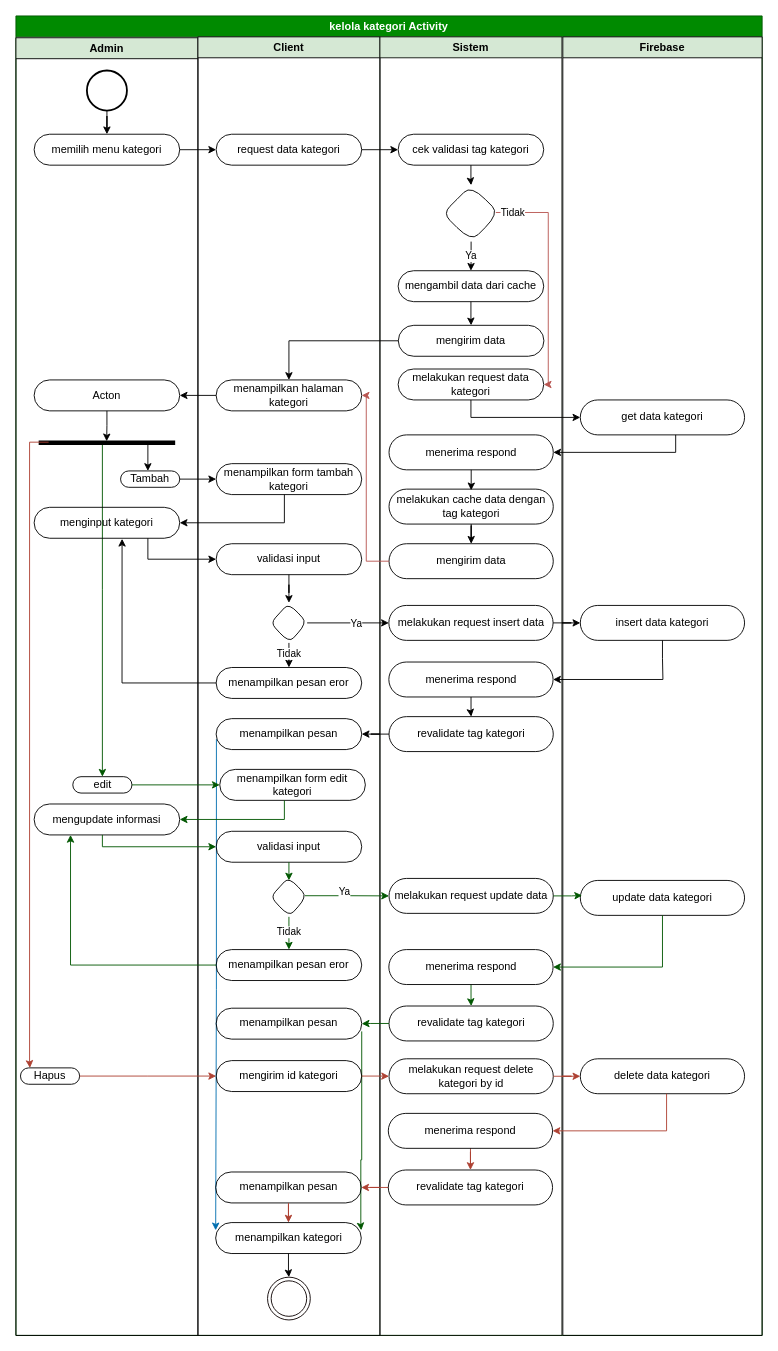
Earlier version of the draw.io diagram page "activity tambah kategori" (16 of 31) of skrpsian.drawio (ThikerXCX/umltoko). Source tidied: cells renumbered, new cells numbered last; positions are measured from the earlier drawing's top-left corner, leaving out a move shared by most shapes. Both pictures are drawn from the tidied source at 91%, with x=0, y=0 at pixel (15, 15).
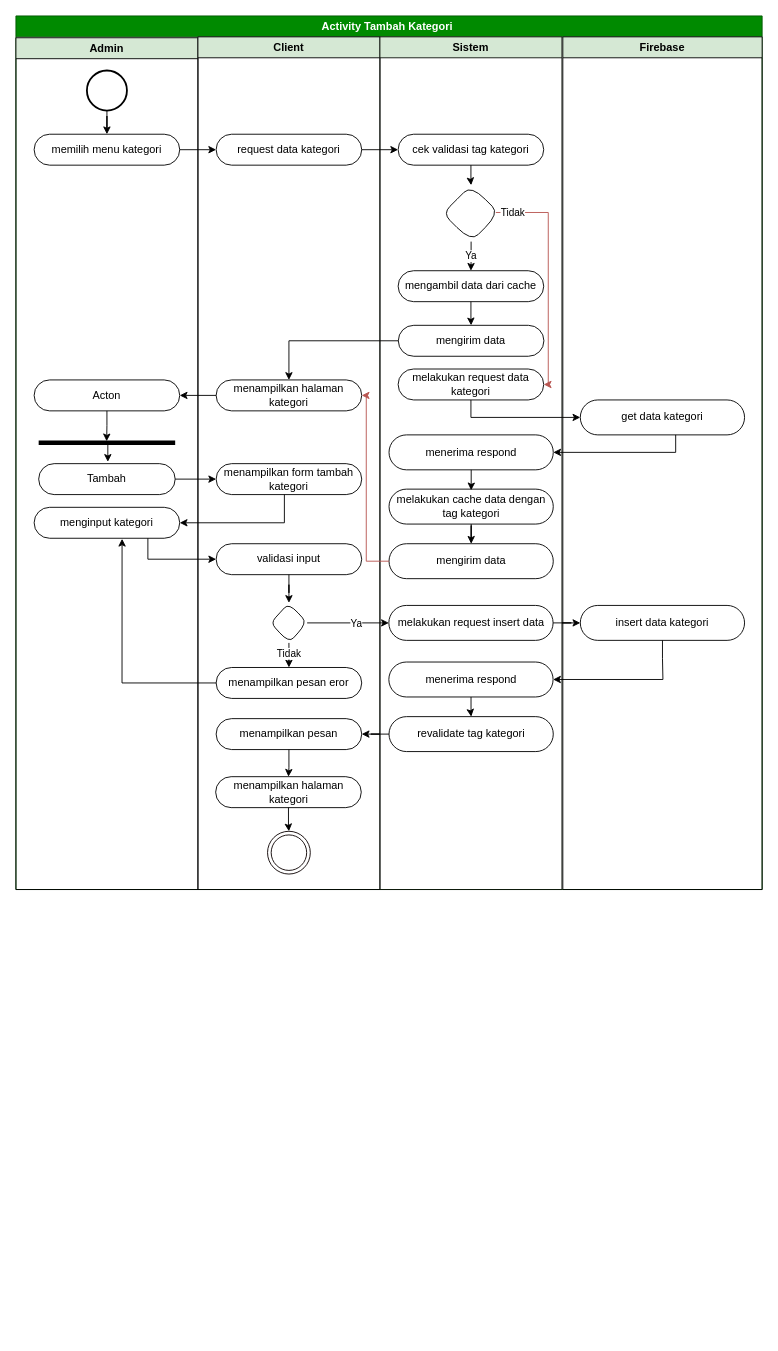
The same page after the edit.

The change refers to these unchanged cells:
```xml
<mxCell id="10" style="line;strokeWidth=5;fillColor=none;align=left;verticalAlign=middle;spacingTop=-1;spacingLeft=3;spacingRight=3;labelPosition=right;points=[];portConstraint=eastwest;strokeColor=inherit;fontSize=13;" parent="3" vertex="1">
  <mxGeometry x="25" y="436" width="150" height="18" as="geometry" />
</mxCell>
<mxCell id="40" value="menampilkan pesan" style="rounded=1;whiteSpace=wrap;html=1;arcSize=50;fillColor=none;" parent="18" vertex="1">
  <mxGeometry x="20" y="749.2" width="160" height="34" as="geometry" />
</mxCell>
```

Change to the diagram source:
```diff
@@
-    <mxCell id="2" value="kelola kategori Activity" style="swimlane;whiteSpace=wrap;html=1;fillColor=#008a00;strokeColor=#005700;fontColor=#ffffff;" parent="1" vertex="1">
-      <mxGeometry width="820" height="1450" as="geometry" />
+    <mxCell id="2" value="Activity Tambah Kategori&amp;nbsp;" style="swimlane;whiteSpace=wrap;html=1;fillColor=#008a00;strokeColor=#005700;fontColor=#ffffff;" parent="1" vertex="1">
+      <mxGeometry width="820" height="960" as="geometry" />
     </mxCell>
     <mxCell id="3" value="Admin" style="swimlane;whiteSpace=wrap;html=1;fillColor=#d5e8d4;strokeColor=#000000;" parent="2" vertex="1">
-      <mxGeometry y="24" width="200" height="1426" as="geometry" />
+      <mxGeometry y="24" width="200" height="936" as="geometry" />
     </mxCell>
-    <mxCell id="4" style="edgeStyle=orthogonalEdgeStyle;rounded=0;jettySize=auto;html=1;exitX=0.071;exitY=0.504;exitDx=0;exitDy=0;exitPerimeter=0;entryX=0.5;entryY=0;entryDx=0;entryDy=0;fillColor=#008a00;strokeColor=#005700;" parent="3" edge="1" target="14">
-      <mxGeometry relative="1" as="geometry">
-        <mxPoint x="35.7" y="445.2" as="sourcePoint" />
-        <Array as="points">
-          <mxPoint x="95" y="445" />
-          <mxPoint x="95" y="606" />
-        </Array>
-      </mxGeometry>
-    </mxCell>
@@
     <mxCell id="11" value="Tambah" style="rounded=1;whiteSpace=wrap;html=1;arcSize=50;fillColor=none;" parent="3" vertex="1">
-      <mxGeometry x="115" y="476" width="65" height="18" as="geometry" />
+      <mxGeometry x="25" y="468" width="150" height="34" as="geometry" />
     </mxCell>
-    <mxCell id="12" style="edgeStyle=orthogonalEdgeStyle;rounded=0;jettySize=auto;html=1;exitX=0.797;exitY=0.521;exitDx=0;exitDy=0;exitPerimeter=0;" parent="3" edge="1" source="10">
+    <mxCell id="12" style="edgeStyle=orthogonalEdgeStyle;rounded=0;orthogonalLoop=1;jettySize=auto;html=1;exitX=0.797;exitY=0.521;exitDx=0;exitDy=0;exitPerimeter=0;" parent="3" edge="1">
       <mxGeometry relative="1" as="geometry">
-        <mxPoint x="145" y="476" as="targetPoint" />
+        <mxPoint x="100.6" y="445.4" as="sourcePoint" />
+        <mxPoint x="101" y="466" as="targetPoint" />
         <Array as="points">
-          <mxPoint x="145" y="476" />
+          <mxPoint x="101" y="466" />
+          <mxPoint x="101" y="466" />
         </Array>
       </mxGeometry>
     </mxCell>
@@
-    <mxCell id="14" value="edit" style="rounded=1;whiteSpace=wrap;html=1;arcSize=50;fillColor=none;" parent="3" vertex="1">
-      <mxGeometry x="62.5" y="812" width="65" height="18" as="geometry" />
-    </mxCell>
-    <mxCell id="15" value="mengupdate informasi" style="rounded=1;whiteSpace=wrap;html=1;arcSize=50;fillColor=none;" parent="3" vertex="1">
-      <mxGeometry x="20" y="842" width="160" height="34" as="geometry" />
-    </mxCell>
-    <mxCell id="16" value="Hapus" style="rounded=1;whiteSpace=wrap;html=1;arcSize=50;fillColor=none;" parent="3" vertex="1">
-      <mxGeometry x="5" y="1132" width="65" height="18" as="geometry" />
-    </mxCell>
-    <mxCell id="17" style="edgeStyle=orthogonalEdgeStyle;rounded=0;jettySize=auto;html=1;entryX=0.16;entryY=0.003;entryDx=0;entryDy=0;exitX=0.073;exitY=0.468;exitDx=0;exitDy=0;exitPerimeter=0;fillColor=#fad9d5;strokeColor=#ae4132;entryPerimeter=0;" parent="3" edge="1" source="10" target="16">
-      <mxGeometry relative="1" as="geometry">
-        <Array as="points">
-          <mxPoint x="15" y="444" />
-          <mxPoint x="15" y="1126" />
-          <mxPoint x="15" y="1126" />
-        </Array>
-      </mxGeometry>
-    </mxCell>
     <mxCell id="18" value="Client" style="swimlane;whiteSpace=wrap;html=1;fillColor=#d5e8d4;startSize=23;strokeColor=#000000;" parent="2" vertex="1">
-      <mxGeometry x="200" y="23" width="200" height="1427" as="geometry" />
+      <mxGeometry x="200" y="23" width="200" height="937" as="geometry" />
     </mxCell>
-    <mxCell id="19" style="edgeStyle=orthogonalEdgeStyle;rounded=0;jettySize=auto;html=1;entryX=1;entryY=0.25;entryDx=0;entryDy=0;fillColor=#008a00;strokeColor=#005700;exitX=1;exitY=0.75;exitDx=0;exitDy=0;" parent="18" edge="1" source="48" target="51">
-      <mxGeometry relative="1" as="geometry">
-        <Array as="points">
-          <mxPoint x="180" y="1234" />
-          <mxPoint x="179" y="1234" />
-          <mxPoint x="179" y="1307" />
-          <mxPoint x="180" y="1307" />
-        </Array>
-      </mxGeometry>
-    </mxCell>
@@
-    <mxCell id="39" style="edgeStyle=orthogonalEdgeStyle;rounded=0;jettySize=auto;html=1;exitX=0.002;exitY=0.664;exitDx=0;exitDy=0;exitPerimeter=0;fillColor=#1ba1e2;strokeColor=#006EAF;entryX=0;entryY=0.25;entryDx=0;entryDy=0;" parent="18" edge="1" source="40" target="51">
-      <mxGeometry relative="1" as="geometry">
-        <Array as="points">
-          <mxPoint x="20" y="1047" />
-          <mxPoint x="20" y="1047" />
-        </Array>
-      </mxGeometry>
+    <mxCell id="39" style="edgeStyle=orthogonalEdgeStyle;rounded=0;jettySize=auto;html=1;entryX=0.5;entryY=0;entryDx=0;entryDy=0;" parent="18" edge="1" source="40" target="51">
+      <mxGeometry relative="1" as="geometry" />
     </mxCell>
@@
-    <mxCell id="41" value="menampilkan form edit kategori" style="rounded=1;whiteSpace=wrap;html=1;arcSize=50;fillColor=none;" parent="18" vertex="1">
-      <mxGeometry x="24" y="805" width="160" height="34" as="geometry" />
-    </mxCell>
-    <mxCell id="42" value="validasi input" style="rounded=1;whiteSpace=wrap;html=1;arcSize=50;fillColor=none;" parent="18" vertex="1">
-      <mxGeometry x="20" y="873" width="160" height="34" as="geometry" />
-    </mxCell>
-    <mxCell id="43" style="edgeStyle=orthogonalEdgeStyle;rounded=0;jettySize=auto;html=1;entryX=0.5;entryY=0;entryDx=0;entryDy=0;fillColor=#008a00;strokeColor=#005700;" parent="18" edge="1" source="45" target="47">
-      <mxGeometry relative="1" as="geometry" />
-    </mxCell>
-    <mxCell id="44" value="Tidak" style="edgeLabel;html=1;align=center;verticalAlign=middle;" parent="43" vertex="1">
-      <mxGeometry x="-0.28" y="-1" relative="1" as="geometry" />
-    </mxCell>
-    <mxCell id="45" style="rhombus;whiteSpace=wrap;html=1;fillColor=none;rounded=1;arcSize=50;" parent="18" vertex="1">
-      <mxGeometry x="80" y="923" width="40" height="44" as="geometry" />
-    </mxCell>
-    <mxCell id="46" style="edgeStyle=orthogonalEdgeStyle;rounded=0;jettySize=auto;html=1;entryX=0.485;entryY=0.079;entryDx=0;entryDy=0;entryPerimeter=0;fillColor=#008a00;strokeColor=#005700;" parent="18" edge="1" source="42" target="45">
-      <mxGeometry relative="1" as="geometry" />
-    </mxCell>
-    <mxCell id="47" value="menampilkan pesan eror" style="rounded=1;whiteSpace=wrap;html=1;arcSize=50;fillColor=none;" parent="18" vertex="1">
-      <mxGeometry x="20" y="1003" width="160" height="34" as="geometry" />
-    </mxCell>
-    <mxCell id="48" value="menampilkan pesan" style="rounded=1;whiteSpace=wrap;html=1;arcSize=50;fillColor=none;" parent="18" vertex="1">
-      <mxGeometry x="20" y="1067.4" width="160" height="34" as="geometry" />
-    </mxCell>
-    <mxCell id="49" value="mengirim id kategori" style="rounded=1;whiteSpace=wrap;html=1;arcSize=50;fillColor=none;" parent="18" vertex="1">
-      <mxGeometry x="20" y="1125" width="160" height="34" as="geometry" />
-    </mxCell>
@@
-    <mxCell id="51" value="menampilkan kategori" style="rounded=1;whiteSpace=wrap;html=1;arcSize=50;fillColor=none;" parent="18" vertex="1">
-      <mxGeometry x="19.5" y="1303" width="160" height="34" as="geometry" />
+    <mxCell id="51" value="menampilkan halaman kategori" style="rounded=1;whiteSpace=wrap;html=1;arcSize=50;fillColor=none;" parent="18" vertex="1">
+      <mxGeometry x="19.5" y="813" width="160" height="34" as="geometry" />
     </mxCell>
     <mxCell id="52" style="ellipse;html=1;shape=endState;fillColor=none;strokeColor=#0A0000;" parent="18" vertex="1">
-      <mxGeometry x="76.5" y="1363" width="47" height="47" as="geometry" />
+      <mxGeometry x="76.5" y="873" width="47" height="47" as="geometry" />
     </mxCell>
     <mxCell id="53" value="Sistem" style="swimlane;whiteSpace=wrap;html=1;fillColor=#d5e8d4;startSize=23;strokeColor=#0D120A;" parent="2" vertex="1">
-      <mxGeometry x="400" y="23" width="200" height="1427" as="geometry" />
+      <mxGeometry x="400" y="23" width="200" height="937" as="geometry" />
     </mxCell>
@@
-    <mxCell id="74" value="melakukan request update data" style="rounded=1;whiteSpace=wrap;html=1;arcSize=50;fillColor=none;" parent="53" vertex="1">
-      <mxGeometry x="10" y="924.8" width="180.5" height="38.4" as="geometry" />
-    </mxCell>
-    <mxCell id="75" style="edgeStyle=orthogonalEdgeStyle;rounded=0;jettySize=auto;html=1;fillColor=#008a00;strokeColor=#005700;" parent="53" edge="1" source="76" target="77">
-      <mxGeometry relative="1" as="geometry" />
-    </mxCell>
-    <mxCell id="76" value="menerima respond" style="rounded=1;whiteSpace=wrap;html=1;arcSize=50;fillColor=none;" parent="53" vertex="1">
-      <mxGeometry x="9.8" y="1003" width="180.5" height="38.4" as="geometry" />
-    </mxCell>
-    <mxCell id="77" value="revalidate tag kategori" style="rounded=1;whiteSpace=wrap;html=1;arcSize=50;fillColor=none;" parent="53" vertex="1">
-      <mxGeometry x="10" y="1065" width="180.5" height="38.4" as="geometry" />
-    </mxCell>
-    <mxCell id="78" value="melakukan request delete kategori by id" style="rounded=1;whiteSpace=wrap;html=1;arcSize=50;fillColor=none;" parent="53" vertex="1">
-      <mxGeometry x="10" y="1123" width="180.5" height="38.4" as="geometry" />
-    </mxCell>
-    <mxCell id="79" value="menampilkan pesan" style="rounded=1;whiteSpace=wrap;html=1;arcSize=50;fillColor=none;" parent="53" vertex="1">
-      <mxGeometry x="-180.5" y="1247.4" width="160" height="34" as="geometry" />
-    </mxCell>
-    <mxCell id="80" style="edgeStyle=orthogonalEdgeStyle;rounded=0;jettySize=auto;html=1;fillColor=#fad9d5;strokeColor=#ae4132;" parent="53" edge="1" source="81" target="83">
-      <mxGeometry relative="1" as="geometry" />
-    </mxCell>
-    <mxCell id="81" value="menerima respond" style="rounded=1;whiteSpace=wrap;html=1;arcSize=50;fillColor=none;" parent="53" vertex="1">
-      <mxGeometry x="9.2" y="1183" width="180.5" height="38.4" as="geometry" />
-    </mxCell>
-    <mxCell id="82" style="edgeStyle=orthogonalEdgeStyle;rounded=0;jettySize=auto;html=1;fillColor=#fad9d5;strokeColor=#ae4132;" parent="53" edge="1" source="83" target="79">
-      <mxGeometry relative="1" as="geometry" />
-    </mxCell>
-    <mxCell id="83" value="revalidate tag kategori" style="rounded=1;whiteSpace=wrap;html=1;arcSize=50;fillColor=none;" parent="53" vertex="1">
-      <mxGeometry x="9.2" y="1245.2" width="180.5" height="38.4" as="geometry" />
-    </mxCell>
     <mxCell id="84" value="Firebase" style="swimlane;whiteSpace=wrap;html=1;fillColor=#d5e8d4;strokeColor=#020301;" parent="2" vertex="1">
-      <mxGeometry x="601" y="23" width="219" height="1427" as="geometry" />
+      <mxGeometry x="601" y="23" width="219" height="937" as="geometry" />
     </mxCell>
@@
-    <mxCell id="87" value="update data kategori" style="rounded=1;whiteSpace=wrap;html=1;arcSize=50;fillColor=none;" parent="84" vertex="1">
-      <mxGeometry x="19.2" y="927" width="180.5" height="38.4" as="geometry" />
-    </mxCell>
-    <mxCell id="88" value="delete data kategori" style="rounded=1;whiteSpace=wrap;html=1;arcSize=50;fillColor=none;" parent="84" vertex="1">
-      <mxGeometry x="19.2" y="1123" width="180.5" height="38.4" as="geometry" />
-    </mxCell>
@@
-    <mxCell id="107" style="edgeStyle=orthogonalEdgeStyle;rounded=0;jettySize=auto;html=1;fillColor=#008a00;strokeColor=#005700;" parent="2" edge="1" source="14" target="41">
-      <mxGeometry relative="1" as="geometry" />
-    </mxCell>
-    <mxCell id="108" style="edgeStyle=orthogonalEdgeStyle;rounded=0;jettySize=auto;html=1;entryX=1;entryY=0.5;entryDx=0;entryDy=0;fillColor=#008a00;strokeColor=#005700;" parent="2" edge="1" source="41" target="15">
-      <mxGeometry relative="1" as="geometry">
-        <Array as="points">
-          <mxPoint x="295" y="883" />
-        </Array>
-      </mxGeometry>
-    </mxCell>
-    <mxCell id="109" style="edgeStyle=orthogonalEdgeStyle;rounded=0;jettySize=auto;html=1;entryX=0;entryY=0.5;entryDx=0;entryDy=0;fillColor=#008a00;strokeColor=#005700;" parent="2" edge="1" source="15" target="42">
-      <mxGeometry relative="1" as="geometry">
-        <Array as="points">
-          <mxPoint x="95" y="913" />
-        </Array>
-      </mxGeometry>
-    </mxCell>
@@
-    <mxCell id="111" style="edgeStyle=orthogonalEdgeStyle;rounded=0;jettySize=auto;html=1;entryX=0;entryY=0.5;entryDx=0;entryDy=0;fillColor=#008a00;strokeColor=#005700;exitX=0.935;exitY=0.473;exitDx=0;exitDy=0;exitPerimeter=0;" parent="2" edge="1" source="45" target="74">
-      <mxGeometry relative="1" as="geometry" />
-    </mxCell>
-    <mxCell id="112" value="Ya" style="edgeLabel;html=1;align=center;verticalAlign=middle;" parent="111" vertex="1">
-      <mxGeometry x="-0.09" y="4" relative="1" as="geometry">
-        <mxPoint x="1" as="offset" />
-      </mxGeometry>
-    </mxCell>
-    <mxCell id="113" style="edgeStyle=orthogonalEdgeStyle;rounded=0;jettySize=auto;html=1;entryX=0.011;entryY=0.428;entryDx=0;entryDy=0;entryPerimeter=0;fillColor=#008a00;strokeColor=#005700;" parent="2" edge="1" source="74" target="87">
-      <mxGeometry relative="1" as="geometry" />
-    </mxCell>
-    <mxCell id="114" style="edgeStyle=orthogonalEdgeStyle;rounded=0;jettySize=auto;html=1;entryX=1;entryY=0.5;entryDx=0;entryDy=0;fillColor=#008a00;strokeColor=#005700;" parent="2" edge="1" source="87" target="76">
-      <mxGeometry relative="1" as="geometry">
-        <Array as="points">
-          <mxPoint x="711" y="1045" />
-        </Array>
-      </mxGeometry>
-    </mxCell>
-    <mxCell id="115" style="edgeStyle=orthogonalEdgeStyle;rounded=0;jettySize=auto;html=1;fillColor=#008a00;strokeColor=#005700;" parent="2" edge="1" source="77" target="48">
-      <mxGeometry relative="1" as="geometry" />
-    </mxCell>
-    <mxCell id="116" style="edgeStyle=orthogonalEdgeStyle;rounded=0;jettySize=auto;html=1;exitX=1;exitY=0.5;exitDx=0;exitDy=0;entryX=0;entryY=0.5;entryDx=0;entryDy=0;fillColor=#fad9d5;strokeColor=#ae4132;" parent="2" edge="1" source="16" target="49">
-      <mxGeometry relative="1" as="geometry">
-        <Array as="points">
-          <mxPoint x="145" y="1165" />
-          <mxPoint x="145" y="1165" />
-        </Array>
-      </mxGeometry>
-    </mxCell>
-    <mxCell id="117" style="edgeStyle=orthogonalEdgeStyle;rounded=0;jettySize=auto;html=1;fillColor=#fad9d5;strokeColor=#ae4132;" parent="2" edge="1" source="49" target="78">
-      <mxGeometry relative="1" as="geometry" />
-    </mxCell>
-    <mxCell id="118" style="edgeStyle=orthogonalEdgeStyle;rounded=0;jettySize=auto;html=1;fillColor=#fad9d5;strokeColor=#ae4132;" parent="2" edge="1" source="78" target="88">
-      <mxGeometry relative="1" as="geometry" />
-    </mxCell>
-    <mxCell id="119" style="edgeStyle=orthogonalEdgeStyle;rounded=0;jettySize=auto;html=1;entryX=1;entryY=0.5;entryDx=0;entryDy=0;fillColor=#fad9d5;strokeColor=#ae4132;" parent="2" edge="1" source="88" target="81">
-      <mxGeometry relative="1" as="geometry">
-        <Array as="points">
-          <mxPoint x="715" y="1225" />
-        </Array>
-      </mxGeometry>
-    </mxCell>
-    <mxCell id="120" style="edgeStyle=orthogonalEdgeStyle;rounded=0;jettySize=auto;html=1;fillColor=#fad9d5;strokeColor=#ae4132;" parent="2" edge="1" source="79" target="51">
-      <mxGeometry relative="1" as="geometry" />
-    </mxCell>
-    <mxCell id="121" style="edgeStyle=orthogonalEdgeStyle;rounded=0;jettySize=auto;html=1;entryX=0.25;entryY=1;entryDx=0;entryDy=0;fillColor=#008a00;strokeColor=#005700;" parent="2" edge="1" source="47" target="15">
-      <mxGeometry relative="1" as="geometry" />
-    </mxCell>
```
